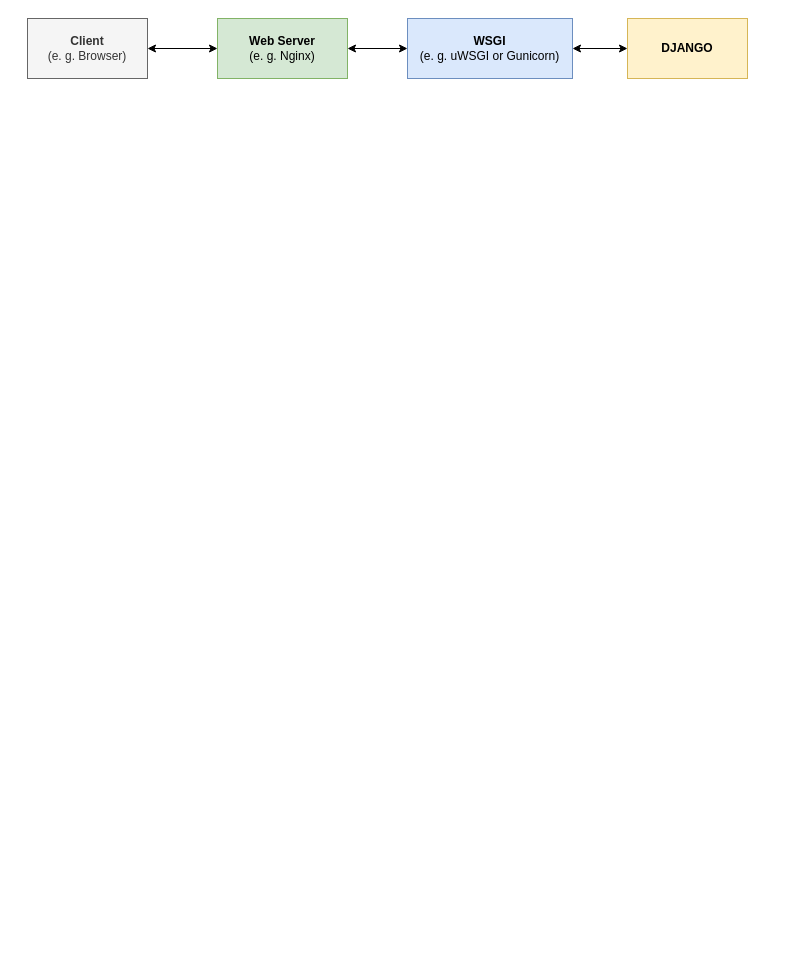
Yvson/Blog keeps this draw.io diagram as posts/introduction-django/introduction-django.drawio. Above is the earlier version. Source tidied: cells renumbered, new cells numbered last; positions are measured from the earlier drawing's top-left corner, leaving out a move shared by most shapes. Both pictures are drawn from the tidied source at 100%, with x=0, y=0 at pixel (27, 18).
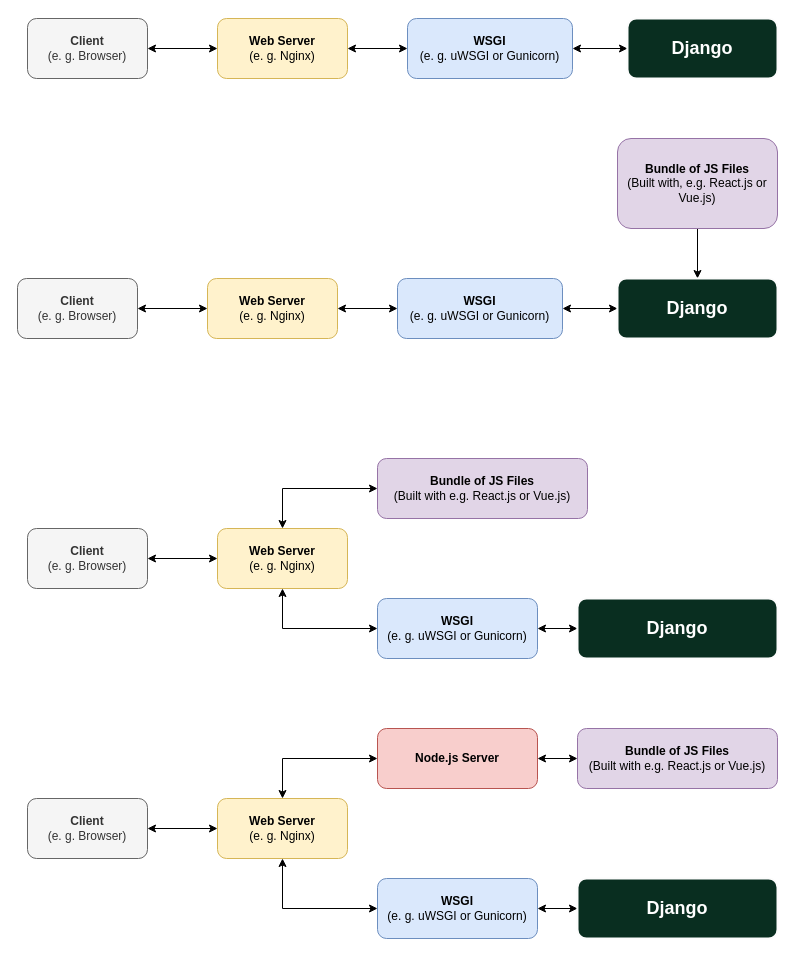
The same page after the edit.

Commit message (it also covers changes not shown here):
Added Django Responsability .PNG files.

The edit, as a diff of the source:
```diff
@@
-    <mxCell id="3" value="&lt;b&gt;Client&lt;/b&gt;&lt;br&gt;(e. g. Browser)" style="rounded=0;whiteSpace=wrap;html=1;fillColor=#f5f5f5;fontColor=#333333;strokeColor=#666666;" parent="1" vertex="1">
+    <mxCell id="3" value="&lt;b&gt;Client&lt;/b&gt;&lt;br&gt;(e. g. Browser)" style="rounded=1;whiteSpace=wrap;html=1;fillColor=#f5f5f5;fontColor=#333333;strokeColor=#666666;" parent="1" vertex="1">
       <mxGeometry width="120" height="60" as="geometry" />
     </mxCell>
@@
-    <mxCell id="5" value="&lt;b&gt;Web Server&lt;/b&gt;&lt;br&gt;(e. g. Nginx)" style="rounded=0;whiteSpace=wrap;html=1;fillColor=#d5e8d4;strokeColor=#82b366;" parent="1" vertex="1">
+    <mxCell id="5" value="&lt;b&gt;Web Server&lt;/b&gt;&lt;br&gt;(e. g. Nginx)" style="rounded=1;whiteSpace=wrap;html=1;fillColor=#fff2cc;strokeColor=#d6b656;" parent="1" vertex="1">
       <mxGeometry x="190" width="130" height="60" as="geometry" />
     </mxCell>
@@
-    <mxCell id="7" value="&lt;b&gt;WSGI&lt;/b&gt;&lt;br&gt;(e. g. uWSGI or Gunicorn)" style="rounded=0;whiteSpace=wrap;html=1;fillColor=#dae8fc;strokeColor=#6c8ebf;" parent="1" vertex="1">
+    <mxCell id="7" value="&lt;b&gt;WSGI&lt;/b&gt;&lt;br&gt;(e. g. uWSGI or Gunicorn)" style="rounded=1;whiteSpace=wrap;html=1;fillColor=#dae8fc;strokeColor=#6c8ebf;" parent="1" vertex="1">
       <mxGeometry x="380" width="165" height="60" as="geometry" />
     </mxCell>
-    <mxCell id="8" value="&lt;b&gt;DJANGO&lt;/b&gt;" style="rounded=0;whiteSpace=wrap;html=1;fillColor=#fff2cc;strokeColor=#d6b656;" parent="1" vertex="1">
-      <mxGeometry x="600" width="120" height="60" as="geometry" />
+    <mxCell id="8" value="&lt;span style=&quot;font-size: 18px;&quot;&gt;Django&lt;/span&gt;" style="rounded=1;whiteSpace=wrap;html=1;fillColor=#092E20;strokeColor=#FCFCFC;fontSize=18;fontColor=#FFFFFF;strokeWidth=2;fontStyle=1;" parent="1" vertex="1">
+      <mxGeometry x="600" width="150" height="60" as="geometry" />
     </mxCell>
+    <mxCell id="9" style="edgeStyle=orthogonalEdgeStyle;rounded=0;jettySize=auto;html=1;startArrow=classic;startFill=1;" parent="1" edge="1" source="10" target="12">
+      <mxGeometry relative="1" as="geometry" />
+    </mxCell>
+    <mxCell id="10" value="&lt;b&gt;Client&lt;/b&gt;&lt;br&gt;(e. g. Browser)" style="rounded=1;whiteSpace=wrap;html=1;fillColor=#f5f5f5;fontColor=#333333;strokeColor=#666666;" parent="1" vertex="1">
+      <mxGeometry x="-10" y="260" width="120" height="60" as="geometry" />
+    </mxCell>
+    <mxCell id="11" style="edgeStyle=orthogonalEdgeStyle;rounded=0;jettySize=auto;html=1;startArrow=classic;startFill=1;" parent="1" edge="1" source="12" target="14">
+      <mxGeometry relative="1" as="geometry" />
+    </mxCell>
+    <mxCell id="12" value="&lt;b&gt;Web Server&lt;/b&gt;&lt;br&gt;(e. g. Nginx)" style="rounded=1;whiteSpace=wrap;html=1;fillColor=#fff2cc;strokeColor=#d6b656;" parent="1" vertex="1">
+      <mxGeometry x="180" y="260" width="130" height="60" as="geometry" />
+    </mxCell>
+    <mxCell id="13" style="edgeStyle=orthogonalEdgeStyle;rounded=0;jettySize=auto;html=1;startArrow=classic;startFill=1;" parent="1" edge="1" source="14" target="16">
+      <mxGeometry relative="1" as="geometry" />
+    </mxCell>
+    <mxCell id="14" value="&lt;b&gt;WSGI&lt;/b&gt;&lt;br&gt;(e. g. uWSGI or Gunicorn)" style="rounded=1;whiteSpace=wrap;html=1;fillColor=#dae8fc;strokeColor=#6c8ebf;" parent="1" vertex="1">
+      <mxGeometry x="370" y="260" width="165" height="60" as="geometry" />
+    </mxCell>
+    <mxCell id="15" style="edgeStyle=orthogonalEdgeStyle;curved=0;rounded=1;sketch=0;jettySize=auto;html=1;startArrow=classic;startFill=1;endArrow=none;endFill=0;" parent="1" edge="1" source="16" target="17">
+      <mxGeometry relative="1" as="geometry" />
+    </mxCell>
+    <mxCell id="16" value="&lt;span style=&quot;font-size: 18px;&quot;&gt;Django&lt;/span&gt;" style="rounded=1;whiteSpace=wrap;html=1;fillColor=#092E20;strokeColor=#FCFCFC;fontSize=18;fontColor=#FFFFFF;strokeWidth=2;fontStyle=1;" parent="1" vertex="1">
+      <mxGeometry x="590" y="260" width="160" height="60" as="geometry" />
+    </mxCell>
+    <mxCell id="17" value="&lt;b&gt;Bundle of JS Files&lt;/b&gt;&lt;br&gt;(Built with, e.g. React.js or Vue.js)" style="rounded=1;whiteSpace=wrap;html=1;fillColor=#e1d5e7;strokeColor=#9673a6;" parent="1" vertex="1">
+      <mxGeometry x="590" y="120" width="160" height="90" as="geometry" />
+    </mxCell>
+    <mxCell id="18" style="edgeStyle=orthogonalEdgeStyle;rounded=0;jettySize=auto;html=1;startArrow=classic;startFill=1;" parent="1" edge="1" source="19" target="22">
+      <mxGeometry relative="1" as="geometry" />
+    </mxCell>
+    <mxCell id="19" value="&lt;b&gt;Client&lt;/b&gt;&lt;br&gt;(e. g. Browser)" style="rounded=1;whiteSpace=wrap;html=1;fillColor=#f5f5f5;fontColor=#333333;strokeColor=#666666;" parent="1" vertex="1">
+      <mxGeometry y="510" width="120" height="60" as="geometry" />
+    </mxCell>
+    <mxCell id="20" style="edgeStyle=orthogonalEdgeStyle;rounded=0;jettySize=auto;html=1;startArrow=classic;startFill=1;" parent="1" edge="1" source="22" target="24">
+      <mxGeometry relative="1" as="geometry">
+        <Array as="points">
+          <mxPoint x="255" y="610" />
+        </Array>
+      </mxGeometry>
+    </mxCell>
+    <mxCell id="21" style="edgeStyle=orthogonalEdgeStyle;rounded=0;sketch=0;jettySize=auto;html=1;entryX=0;entryY=0.5;entryDx=0;entryDy=0;startArrow=classic;startFill=1;endArrow=classic;endFill=1;" parent="1" edge="1" source="22" target="26">
+      <mxGeometry relative="1" as="geometry">
+        <Array as="points">
+          <mxPoint x="255" y="470" />
+        </Array>
+      </mxGeometry>
+    </mxCell>
+    <mxCell id="22" value="&lt;b&gt;Web Server&lt;/b&gt;&lt;br&gt;(e. g. Nginx)" style="rounded=1;whiteSpace=wrap;html=1;fillColor=#fff2cc;strokeColor=#d6b656;" parent="1" vertex="1">
+      <mxGeometry x="190" y="510" width="130" height="60" as="geometry" />
+    </mxCell>
+    <mxCell id="23" style="edgeStyle=orthogonalEdgeStyle;rounded=0;jettySize=auto;html=1;startArrow=classic;startFill=1;" parent="1" edge="1" source="24" target="25">
+      <mxGeometry relative="1" as="geometry" />
+    </mxCell>
+    <mxCell id="24" value="&lt;b&gt;WSGI&lt;/b&gt;&lt;br&gt;(e. g. uWSGI or Gunicorn)" style="rounded=1;whiteSpace=wrap;html=1;fillColor=#dae8fc;strokeColor=#6c8ebf;" parent="1" vertex="1">
+      <mxGeometry x="350" y="580" width="160" height="60" as="geometry" />
+    </mxCell>
+    <mxCell id="25" value="&lt;span style=&quot;font-size: 18px;&quot;&gt;Django&lt;/span&gt;" style="rounded=1;whiteSpace=wrap;html=1;fillColor=#092E20;strokeColor=#FCFCFC;fontSize=18;fontColor=#FFFFFF;strokeWidth=2;fontStyle=1;" parent="1" vertex="1">
+      <mxGeometry x="550" y="580" width="200" height="60" as="geometry" />
+    </mxCell>
+    <mxCell id="26" value="&lt;b&gt;Bundle of JS Files&lt;br&gt;&lt;/b&gt;(Built with e.g. React.js or Vue.js)" style="rounded=1;whiteSpace=wrap;html=1;fillColor=#e1d5e7;strokeColor=#9673a6;" parent="1" vertex="1">
+      <mxGeometry x="350" y="440" width="210" height="60" as="geometry" />
+    </mxCell>
+    <mxCell id="27" style="edgeStyle=orthogonalEdgeStyle;rounded=0;jettySize=auto;html=1;startArrow=classic;startFill=1;" parent="1" edge="1" source="28" target="31">
+      <mxGeometry relative="1" as="geometry" />
+    </mxCell>
+    <mxCell id="28" value="&lt;b&gt;Client&lt;/b&gt;&lt;br&gt;(e. g. Browser)" style="rounded=1;whiteSpace=wrap;html=1;fillColor=#f5f5f5;fontColor=#333333;strokeColor=#666666;" parent="1" vertex="1">
+      <mxGeometry y="780" width="120" height="60" as="geometry" />
+    </mxCell>
+    <mxCell id="29" style="edgeStyle=orthogonalEdgeStyle;rounded=0;jettySize=auto;html=1;startArrow=classic;startFill=1;" parent="1" edge="1" source="31" target="33">
+      <mxGeometry relative="1" as="geometry">
+        <Array as="points">
+          <mxPoint x="255" y="890" />
+        </Array>
+      </mxGeometry>
+    </mxCell>
+    <mxCell id="30" style="edgeStyle=orthogonalEdgeStyle;rounded=0;sketch=0;jettySize=auto;html=1;entryX=0;entryY=0.5;entryDx=0;entryDy=0;startArrow=classic;startFill=1;endArrow=classic;endFill=1;" parent="1" edge="1" source="31" target="36">
+      <mxGeometry relative="1" as="geometry">
+        <Array as="points">
+          <mxPoint x="255" y="740" />
+        </Array>
+      </mxGeometry>
+    </mxCell>
+    <mxCell id="31" value="&lt;b&gt;Web Server&lt;/b&gt;&lt;br&gt;(e. g. Nginx)" style="rounded=1;whiteSpace=wrap;html=1;fillColor=#fff2cc;strokeColor=#d6b656;" parent="1" vertex="1">
+      <mxGeometry x="190" y="780" width="130" height="60" as="geometry" />
+    </mxCell>
+    <mxCell id="32" style="edgeStyle=orthogonalEdgeStyle;rounded=0;jettySize=auto;html=1;startArrow=classic;startFill=1;" parent="1" edge="1" source="33" target="34">
+      <mxGeometry relative="1" as="geometry" />
+    </mxCell>
+    <mxCell id="33" value="&lt;b&gt;WSGI&lt;/b&gt;&lt;br&gt;(e. g. uWSGI or Gunicorn)" style="rounded=1;whiteSpace=wrap;html=1;fillColor=#dae8fc;strokeColor=#6c8ebf;" parent="1" vertex="1">
+      <mxGeometry x="350" y="860" width="160" height="60" as="geometry" />
+    </mxCell>
+    <mxCell id="34" value="&lt;span style=&quot;font-size: 18px;&quot;&gt;Django&lt;/span&gt;" style="rounded=1;whiteSpace=wrap;html=1;fillColor=#092E20;strokeColor=#FCFCFC;fontSize=18;fontColor=#FFFFFF;strokeWidth=2;fontStyle=1;" parent="1" vertex="1">
+      <mxGeometry x="550" y="860" width="200" height="60" as="geometry" />
+    </mxCell>
+    <mxCell id="35" style="edgeStyle=orthogonalEdgeStyle;rounded=0;sketch=0;jettySize=auto;html=1;startArrow=classic;startFill=1;endArrow=classic;endFill=1;" parent="1" edge="1" source="36" target="37">
+      <mxGeometry relative="1" as="geometry" />
+    </mxCell>
+    <mxCell id="36" value="&lt;b&gt;Node.js Server&lt;/b&gt;" style="rounded=1;whiteSpace=wrap;html=1;fillColor=#f8cecc;strokeColor=#b85450;" parent="1" vertex="1">
+      <mxGeometry x="350" y="710" width="160" height="60" as="geometry" />
+    </mxCell>
+    <mxCell id="37" value="&lt;b&gt;Bundle of JS Files&lt;/b&gt;&lt;br&gt;(Built with e.g. React.js or Vue.js)" style="whiteSpace=wrap;html=1;rounded=1;strokeColor=#9673a6;fillColor=#e1d5e7;" parent="1" vertex="1">
+      <mxGeometry x="550" y="710" width="200" height="60" as="geometry" />
+    </mxCell>
```
